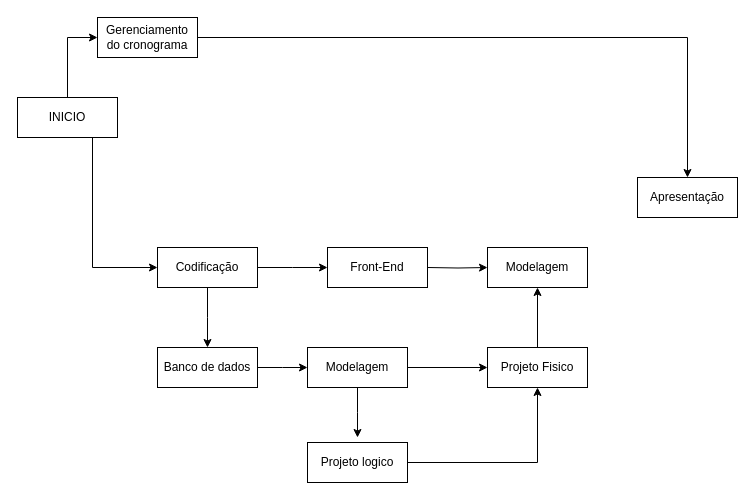
Above: page "Page-2" (2 of 2) of Diagrama de Precedencia_DW.drawio in GabrielMaxMaia/Service-PIIV (draw.io), before the change. Source tidied: cells renumbered, new cells numbered last; positions are measured from the earlier drawing's top-left corner, leaving out a move shared by most shapes. Both pictures are drawn from the tidied source at 100%, with x=0, y=0 at pixel (17, 17).
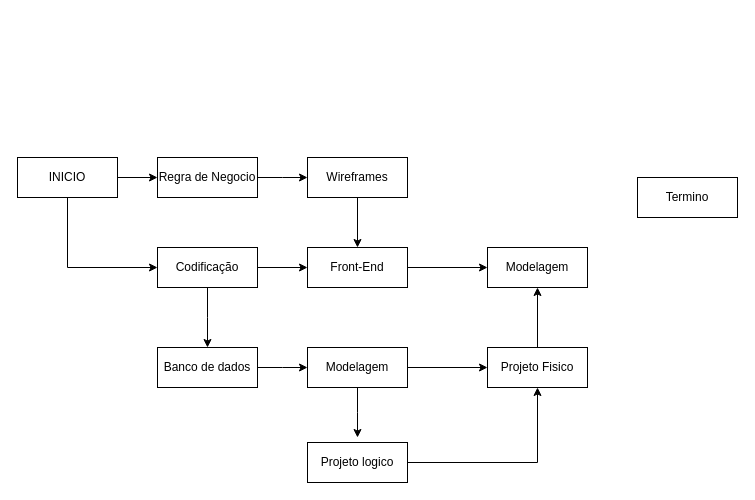
The same page after the edit.

Unchanged cells that the change refers to:
```xml
<mxCell id="9" value="Codificação" style="rounded=0;whiteSpace=wrap;html=1;" parent="1" vertex="1">
  <mxGeometry x="140" y="230" width="100" height="40" as="geometry" />
</mxCell>
<mxCell id="21" value="Modelagem" style="rounded=0;whiteSpace=wrap;html=1;" parent="1" vertex="1">
  <mxGeometry x="470" y="230" width="100" height="40" as="geometry" />
</mxCell>
```

The edit, as a diff of the source:
```diff
@@
-    <mxCell id="2" style="edgeStyle=orthogonalEdgeStyle;rounded=0;jettySize=auto;html=1;entryX=0;entryY=0.5;entryDx=0;entryDy=0;" parent="1" edge="1" source="4" target="6">
-      <mxGeometry relative="1" as="geometry" />
-    </mxCell>
     <mxCell id="3" style="edgeStyle=orthogonalEdgeStyle;rounded=0;jettySize=auto;html=1;exitX=0.75;exitY=1;exitDx=0;exitDy=0;entryX=0;entryY=0.5;entryDx=0;entryDy=0;" parent="1" edge="1" source="4" target="9">
-      <mxGeometry relative="1" as="geometry" />
+      <mxGeometry relative="1" as="geometry">
+        <Array as="points">
+          <mxPoint x="50" y="180" />
+          <mxPoint x="50" y="250" />
+        </Array>
+      </mxGeometry>
     </mxCell>
+    <mxCell id="23" style="edgeStyle=orthogonalEdgeStyle;rounded=0;jettySize=auto;html=1;entryX=0;entryY=0.5;entryDx=0;entryDy=0;" parent="1" edge="1" source="4" target="25">
+      <mxGeometry relative="1" as="geometry" />
+    </mxCell>
     <mxCell id="4" value="INICIO" style="rounded=0;whiteSpace=wrap;html=1;" parent="1" vertex="1">
-      <mxGeometry y="80" width="100" height="40" as="geometry" />
+      <mxGeometry y="140" width="100" height="40" as="geometry" />
     </mxCell>
-    <mxCell id="5" style="edgeStyle=orthogonalEdgeStyle;rounded=0;jettySize=auto;html=1;entryX=0.5;entryY=0;entryDx=0;entryDy=0;" parent="1" edge="1" source="6" target="10">
-      <mxGeometry relative="1" as="geometry" />
-    </mxCell>
-    <mxCell id="6" value="Gerenciamento do cronograma" style="rounded=0;whiteSpace=wrap;html=1;" parent="1" vertex="1">
-      <mxGeometry x="80" width="100" height="40" as="geometry" />
-    </mxCell>
-    <mxCell id="7" style="edgeStyle=orthogonalEdgeStyle;rounded=0;jettySize=auto;html=1;" parent="1" edge="1" source="9">
-      <mxGeometry relative="1" as="geometry">
-        <mxPoint x="310" y="250" as="targetPoint" />
-      </mxGeometry>
+    <mxCell id="7" style="edgeStyle=orthogonalEdgeStyle;rounded=0;jettySize=auto;html=1;entryX=0;entryY=0.5;entryDx=0;entryDy=0;" parent="1" edge="1" source="9" target="22">
+      <mxGeometry relative="1" as="geometry" />
     </mxCell>
@@
-    <mxCell id="10" value="Apresentação" style="rounded=0;whiteSpace=wrap;html=1;" parent="1" vertex="1">
+    <mxCell id="10" value="Termino" style="rounded=0;whiteSpace=wrap;html=1;" parent="1" vertex="1">
       <mxGeometry x="620" y="160" width="100" height="40" as="geometry" />
     </mxCell>
@@
-    <mxCell id="20" style="edgeStyle=orthogonalEdgeStyle;rounded=0;jettySize=auto;html=1;entryX=0;entryY=0.5;entryDx=0;entryDy=0;" parent="1" edge="1" target="21">
-      <mxGeometry relative="1" as="geometry">
-        <mxPoint x="410" y="250" as="sourcePoint" />
-      </mxGeometry>
+    <mxCell id="20" style="edgeStyle=orthogonalEdgeStyle;rounded=0;jettySize=auto;html=1;entryX=0;entryY=0.5;entryDx=0;entryDy=0;exitX=1;exitY=0.5;exitDx=0;exitDy=0;" parent="1" edge="1" source="22" target="21">
+      <mxGeometry relative="1" as="geometry" />
     </mxCell>
@@
     <mxCell id="22" value="Front-End" style="rounded=0;whiteSpace=wrap;html=1;" parent="1" vertex="1">
-      <mxGeometry x="310" y="230" width="100" height="40" as="geometry" />
+      <mxGeometry x="290" y="230" width="100" height="40" as="geometry" />
     </mxCell>
+    <mxCell id="24" style="edgeStyle=orthogonalEdgeStyle;rounded=0;jettySize=auto;html=1;" parent="1" edge="1" source="25">
+      <mxGeometry relative="1" as="geometry">
+        <mxPoint x="290" y="160" as="targetPoint" />
+      </mxGeometry>
+    </mxCell>
+    <mxCell id="25" value="Regra de Negocio" style="rounded=0;whiteSpace=wrap;html=1;" parent="1" vertex="1">
+      <mxGeometry x="140" y="140" width="100" height="40" as="geometry" />
+    </mxCell>
+    <mxCell id="26" style="edgeStyle=orthogonalEdgeStyle;rounded=0;jettySize=auto;html=1;entryX=0.5;entryY=0;entryDx=0;entryDy=0;" parent="1" edge="1" source="27" target="22">
+      <mxGeometry relative="1" as="geometry" />
+    </mxCell>
+    <mxCell id="27" value="Wireframes" style="rounded=0;whiteSpace=wrap;html=1;" parent="1" vertex="1">
+      <mxGeometry x="290" y="140" width="100" height="40" as="geometry" />
+    </mxCell>
```
